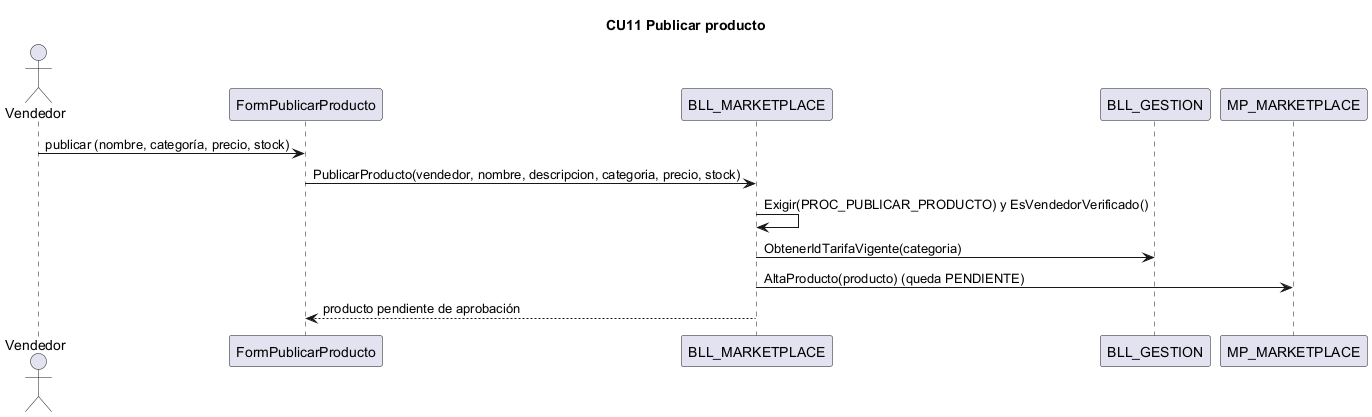
L-Muniz/uai-diploma_2026 keeps this PlantUML diagram as docs/diagramas/secuencias_png/CU11.png. Above is the earlier version.
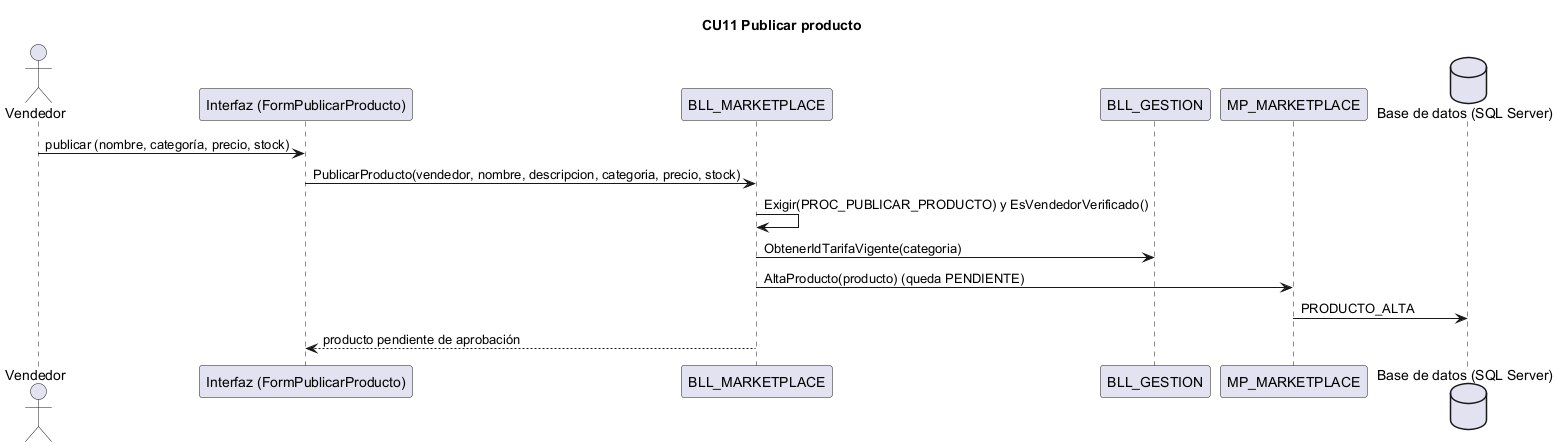
Later version of the same file.

Diff of the diagram source:
```diff
@@ -1,14 +1,16 @@
 @startuml CU11
 title CU11 Publicar producto
 actor Vendedor
-participant "FormPublicarProducto" as IU
+participant "Interfaz (FormPublicarProducto)" as IU
 participant "BLL_MARKETPLACE" as BLL
 participant "BLL_GESTION" as GES
 participant "MP_MARKETPLACE" as DAL
+database "Base de datos (SQL Server)" as BD
 Vendedor -> IU : publicar (nombre, categoría, precio, stock)
 IU -> BLL : PublicarProducto(vendedor, nombre, descripcion, categoria, precio, stock)
 BLL -> BLL : Exigir(PROC_PUBLICAR_PRODUCTO) y EsVendedorVerificado()
 BLL -> GES : ObtenerIdTarifaVigente(categoria)
 BLL -> DAL : AltaProducto(producto) (queda PENDIENTE)
+DAL -> BD : PRODUCTO_ALTA
 BLL --> IU : producto pendiente de aprobación
 @enduml
```
